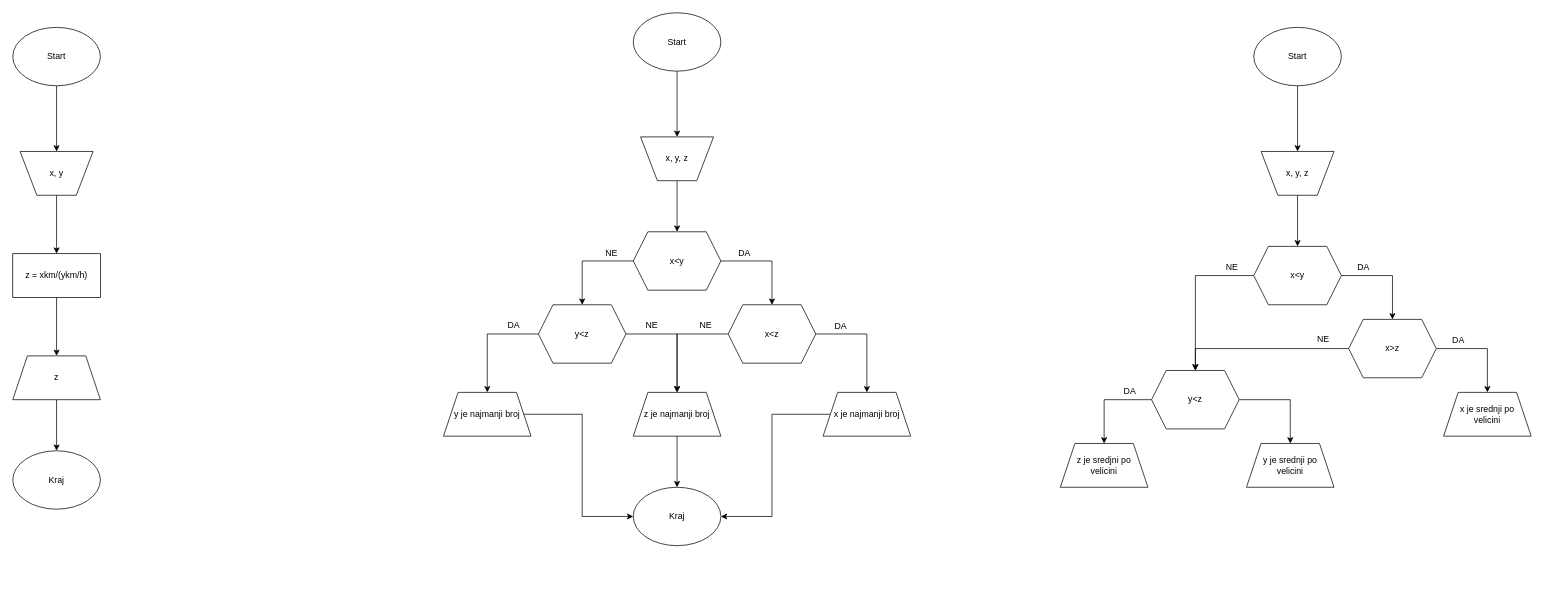
Before: Untitled Diagram.drawio in stashat/Test, a draw.io diagram. Source tidied: cells renumbered, new cells numbered last; positions are measured from the earlier drawing's top-left corner, leaving out a move shared by most shapes. Both pictures are drawn from the tidied source at 73%, with x=0, y=0 at pixel (12, 12).
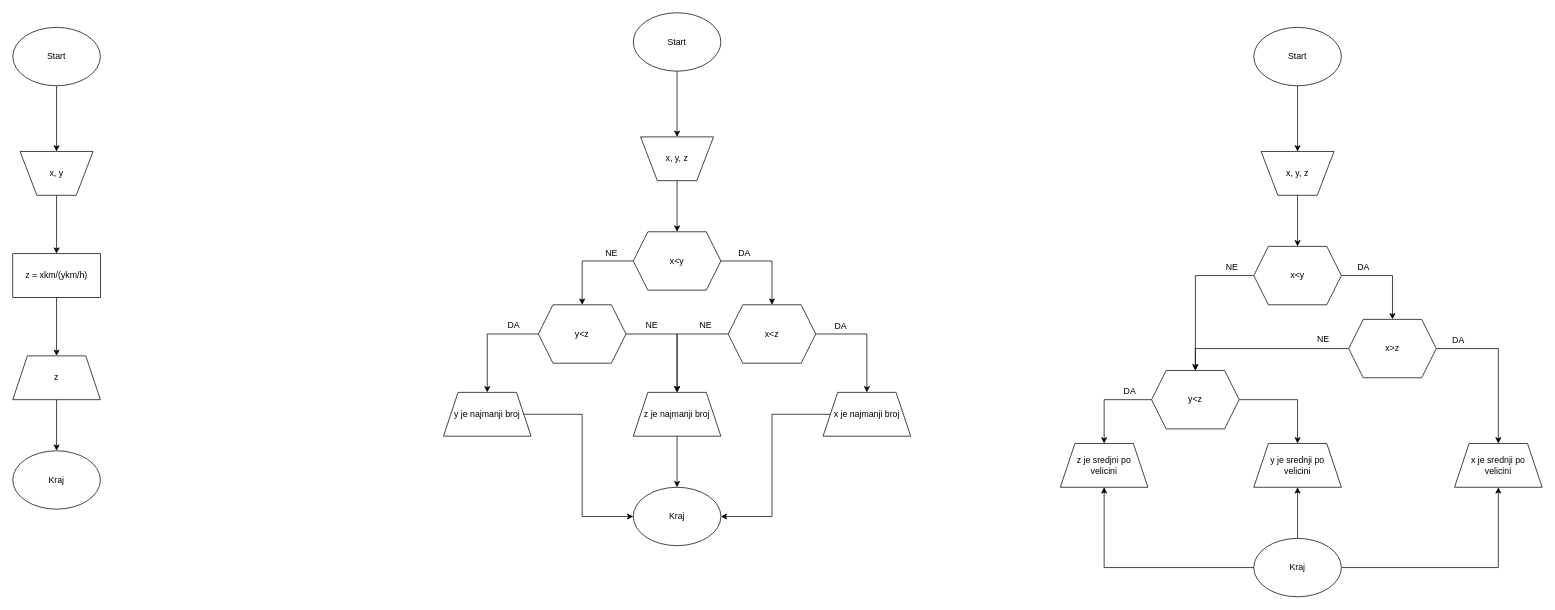
The same page after the edit.

The change refers to these unchanged cells:
```xml
<mxCell id="45" value="z je sredjni po&lt;br&gt;velicini" style="shape=trapezoid;perimeter=trapezoidPerimeter;whiteSpace=wrap;html=1;fixedSize=1;rounded=0;fillColor=#FFFFFF;arcSize=10;" parent="1" vertex="1">
  <mxGeometry x="1435" y="590" width="120" height="60" as="geometry" />
</mxCell>
```

The edit, as a diff of the source:
```diff
@@
     <mxCell id="44" value="x je srednji po &lt;br&gt;velicini" style="shape=trapezoid;perimeter=trapezoidPerimeter;whiteSpace=wrap;html=1;fixedSize=1;rounded=0;fillColor=#FFFFFF;arcSize=10;" parent="1" vertex="1">
-      <mxGeometry x="1960" y="520" width="120" height="60" as="geometry" />
+      <mxGeometry x="1975" y="590" width="120" height="60" as="geometry" />
     </mxCell>
@@
     <mxCell id="56" value="y je srednji po&lt;br&gt;velicini" style="shape=trapezoid;perimeter=trapezoidPerimeter;whiteSpace=wrap;html=1;fixedSize=1;rounded=0;fillColor=#FFFFFF;arcSize=10;" parent="1" vertex="1">
-      <mxGeometry x="1690" y="590" width="120" height="60" as="geometry" />
+      <mxGeometry x="1700" y="590" width="120" height="60" as="geometry" />
     </mxCell>
@@
+    <mxCell id="58" style="edgeStyle=orthogonalEdgeStyle;rounded=0;jettySize=auto;html=1;entryX=0.5;entryY=1;entryDx=0;entryDy=0;" parent="1" edge="1" source="61" target="44">
+      <mxGeometry relative="1" as="geometry" />
+    </mxCell>
+    <mxCell id="59" style="edgeStyle=orthogonalEdgeStyle;rounded=0;jettySize=auto;html=1;entryX=0.5;entryY=1;entryDx=0;entryDy=0;" parent="1" edge="1" source="61" target="56">
+      <mxGeometry relative="1" as="geometry" />
+    </mxCell>
+    <mxCell id="60" style="edgeStyle=orthogonalEdgeStyle;rounded=0;jettySize=auto;html=1;entryX=0.5;entryY=1;entryDx=0;entryDy=0;" parent="1" edge="1" source="61" target="45">
+      <mxGeometry relative="1" as="geometry" />
+    </mxCell>
+    <mxCell id="61" value="Kraj" style="ellipse;whiteSpace=wrap;html=1;rounded=0;fillColor=#FFFFFF;" parent="1" vertex="1">
+      <mxGeometry x="1700" y="720" width="120" height="80" as="geometry" />
+    </mxCell>
```
